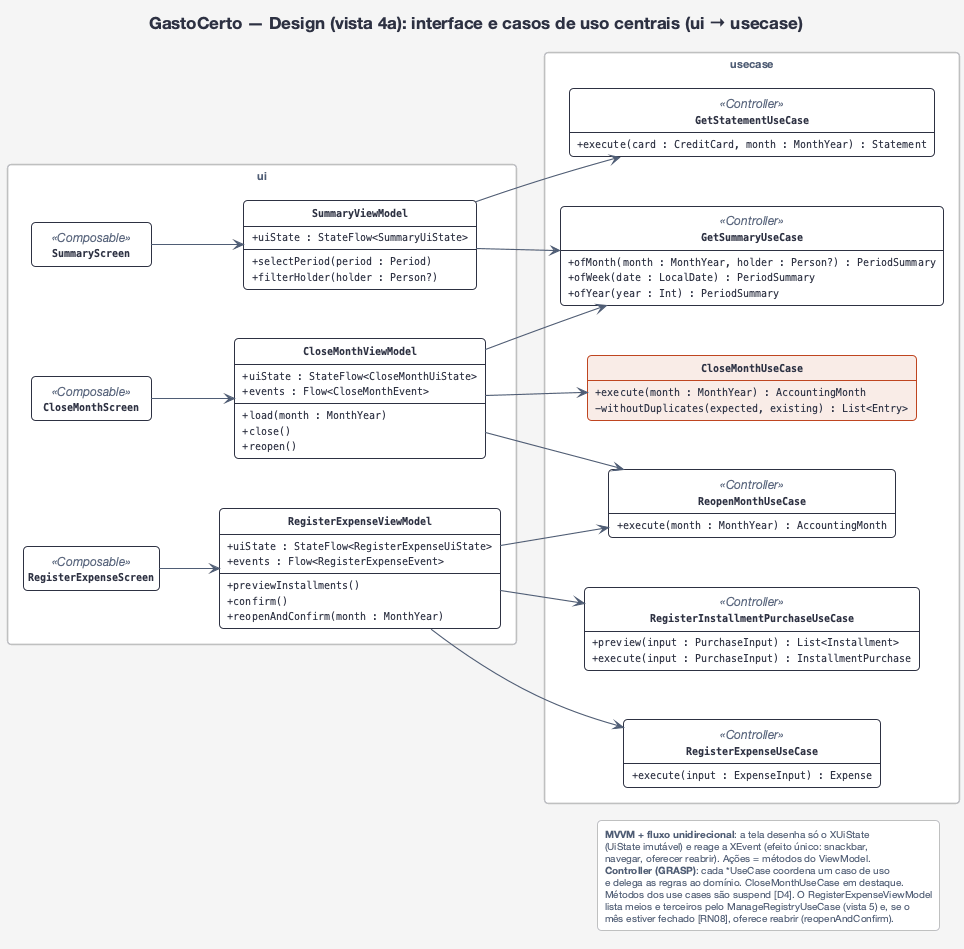
gabrielfbarbosa/gasto-certo keeps this PlantUML diagram as docs/uml/design-4a-casos-de-uso-centrais.png. Above is the earlier version.
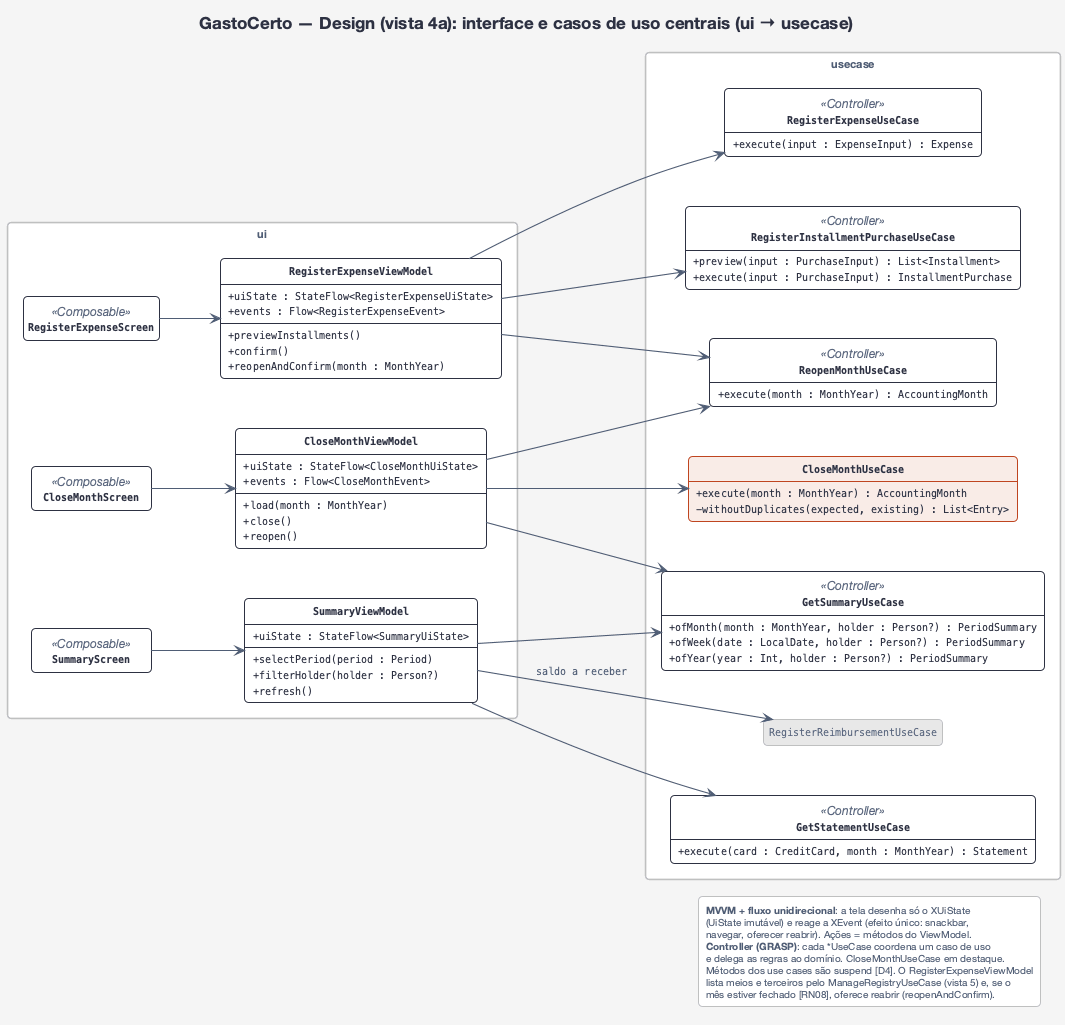
Later version of the same file.

What changed in the source:
```diff
@@ -30,9 +30,11 @@
     + uiState : StateFlow<SummaryUiState>
     + selectPeriod(period : Period)
     + filterHolder(holder : Person?)
+    + refresh()
   }
 }
 package "usecase" {
+  class RegisterReimbursementUseCase <<ref>>
   class RegisterExpenseUseCase <<Controller>> {
     + execute(input : ExpenseInput) : Expense
   }
@@ -49,8 +51,8 @@
   }
   class GetSummaryUseCase <<Controller>> {
     + ofMonth(month : MonthYear, holder : Person?) : PeriodSummary
-    + ofWeek(date : LocalDate) : PeriodSummary
-    + ofYear(year : Int) : PeriodSummary
+    + ofWeek(date : LocalDate, holder : Person?) : PeriodSummary
+    + ofYear(year : Int, holder : Person?) : PeriodSummary
   }
   class GetStatementUseCase <<Controller>> {
     + execute(card : CreditCard, month : MonthYear) : Statement
@@ -68,6 +70,7 @@
 CloseMonthViewModel --> ReopenMonthUseCase
 SummaryViewModel --> GetSummaryUseCase
 SummaryViewModel --> GetStatementUseCase
+SummaryViewModel --> RegisterReimbursementUseCase : saldo a receber
 
 legend right
   <b>MVVM + fluxo unidirecional</b>: a tela desenha só o XUiState
```
